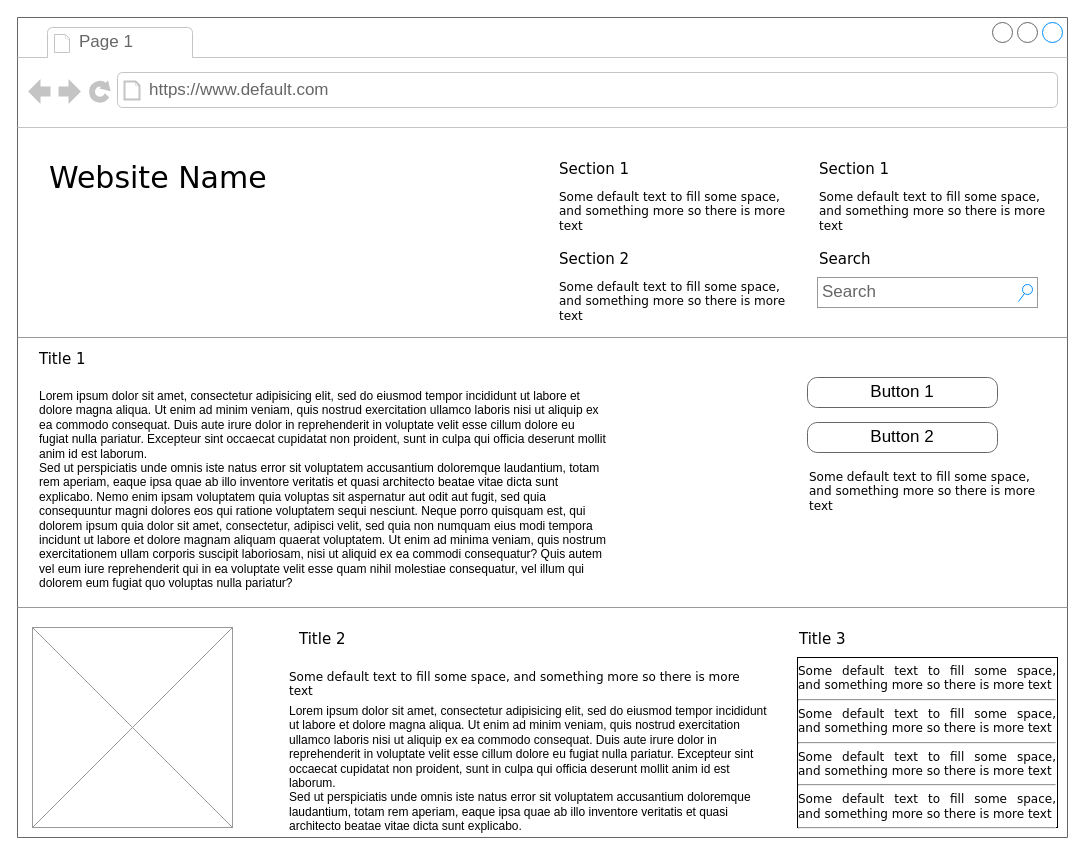
DeviousWings/Portfolio keeps this draw.io diagram as Untitled Diagram.drawio. Above is the earlier version. Source tidied: cells renumbered, new cells numbered last; positions are measured from the earlier drawing's top-left corner, leaving out a move shared by most shapes. Both pictures are drawn from the tidied source at 100%, with x=0, y=0 at pixel (17, 17).
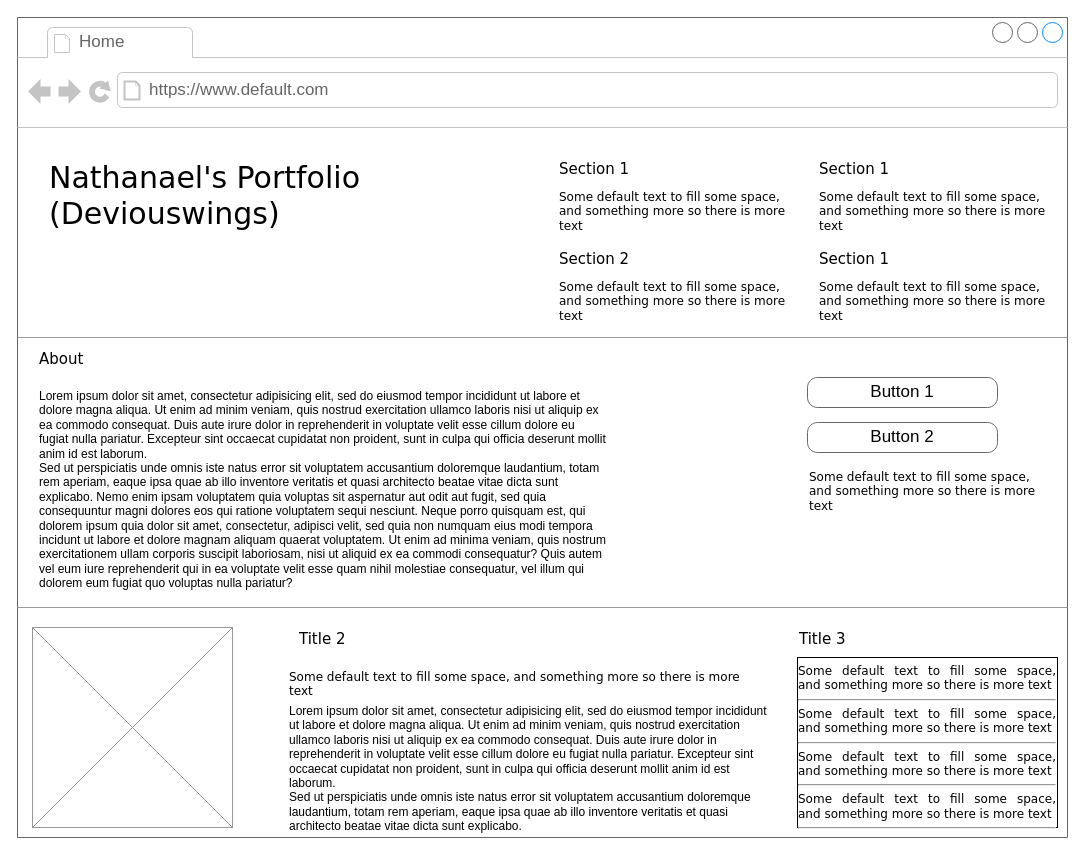
The same page after the edit.

The change refers to these unchanged cells:
```xml
<mxCell id="2" style="strokeWidth=1;shadow=0;dashed=0;align=center;html=1;shape=mxgraph.mockup.containers.browserWindow;rSize=0;strokeColor=#666666;mainText=,;rounded=0;labelBackgroundColor=none;fontFamily=Verdana;fontSize=12;" parent="1" vertex="1">
  <mxGeometry width="1050" height="820" as="geometry" />
</mxCell>
```

Diff of the diagram source:
```diff
@@
-    <mxCell id="3" value="Page 1" style="strokeWidth=1;shadow=0;dashed=0;align=center;html=1;shape=mxgraph.mockup.containers.anchor;fontSize=17;fontColor=#666666;align=left;" parent="2" vertex="1">
+    <mxCell id="3" value="Home" style="strokeWidth=1;shadow=0;dashed=0;align=center;html=1;shape=mxgraph.mockup.containers.anchor;fontSize=17;fontColor=#666666;align=left;" parent="2" vertex="1">
       <mxGeometry x="60" y="12" width="110" height="26" as="geometry" />
     </mxCell>
@@
-    <mxCell id="5" value="Website Name" style="text;html=1;align=left;verticalAlign=top;spacingTop=-4;fontSize=30;fontFamily=Verdana;" parent="2" vertex="1">
+    <mxCell id="5" value="Nathanael's Portfolio&lt;br&gt;(Deviouswings)" style="text;html=1;align=left;verticalAlign=top;spacingTop=-4;fontSize=30;fontFamily=Verdana;" parent="2" vertex="1">
       <mxGeometry x="30" y="140" width="340" height="50" as="geometry" />
     </mxCell>
@@
-    <mxCell id="12" value="Search" style="text;html=1;align=left;verticalAlign=top;spacingTop=-4;fontSize=15;fontFamily=Verdana;" parent="2" vertex="1">
-      <mxGeometry x="800" y="230" width="170" height="30" as="geometry" />
-    </mxCell>
-    <mxCell id="13" value="Search" style="strokeWidth=1;shadow=0;dashed=0;align=center;html=1;shape=mxgraph.mockup.forms.searchBox;strokeColor=#999999;mainText=;strokeColor2=#008cff;fontColor=#666666;fontSize=17;align=left;spacingLeft=3;rounded=0;labelBackgroundColor=none;" parent="2" vertex="1">
-      <mxGeometry x="800" y="260" width="220" height="30" as="geometry" />
-    </mxCell>
@@
-    <mxCell id="15" value="Title 1" style="text;html=1;align=left;verticalAlign=top;spacingTop=-4;fontSize=15;fontFamily=Verdana;" parent="2" vertex="1">
+    <mxCell id="15" value="About" style="text;html=1;align=left;verticalAlign=top;spacingTop=-4;fontSize=15;fontFamily=Verdana;" parent="2" vertex="1">
       <mxGeometry x="20" y="330" width="170" height="30" as="geometry" />
     </mxCell>
@@
+    <mxCell id="27" value="Section 1" style="text;html=1;align=left;verticalAlign=top;spacingTop=-4;fontSize=15;fontFamily=Verdana;" parent="2" vertex="1">
+      <mxGeometry x="800" y="230" width="170" height="30" as="geometry" />
+    </mxCell>
+    <mxCell id="28" value="Some default text to fill some space, and&amp;nbsp;&lt;span&gt;something more so there is more text&lt;/span&gt;" style="text;html=1;align=left;verticalAlign=top;spacingTop=-4;fontSize=12;fontFamily=Verdana;whiteSpace=wrap;" parent="2" vertex="1">
+      <mxGeometry x="800" y="260" width="240" height="40" as="geometry" />
+    </mxCell>
```
